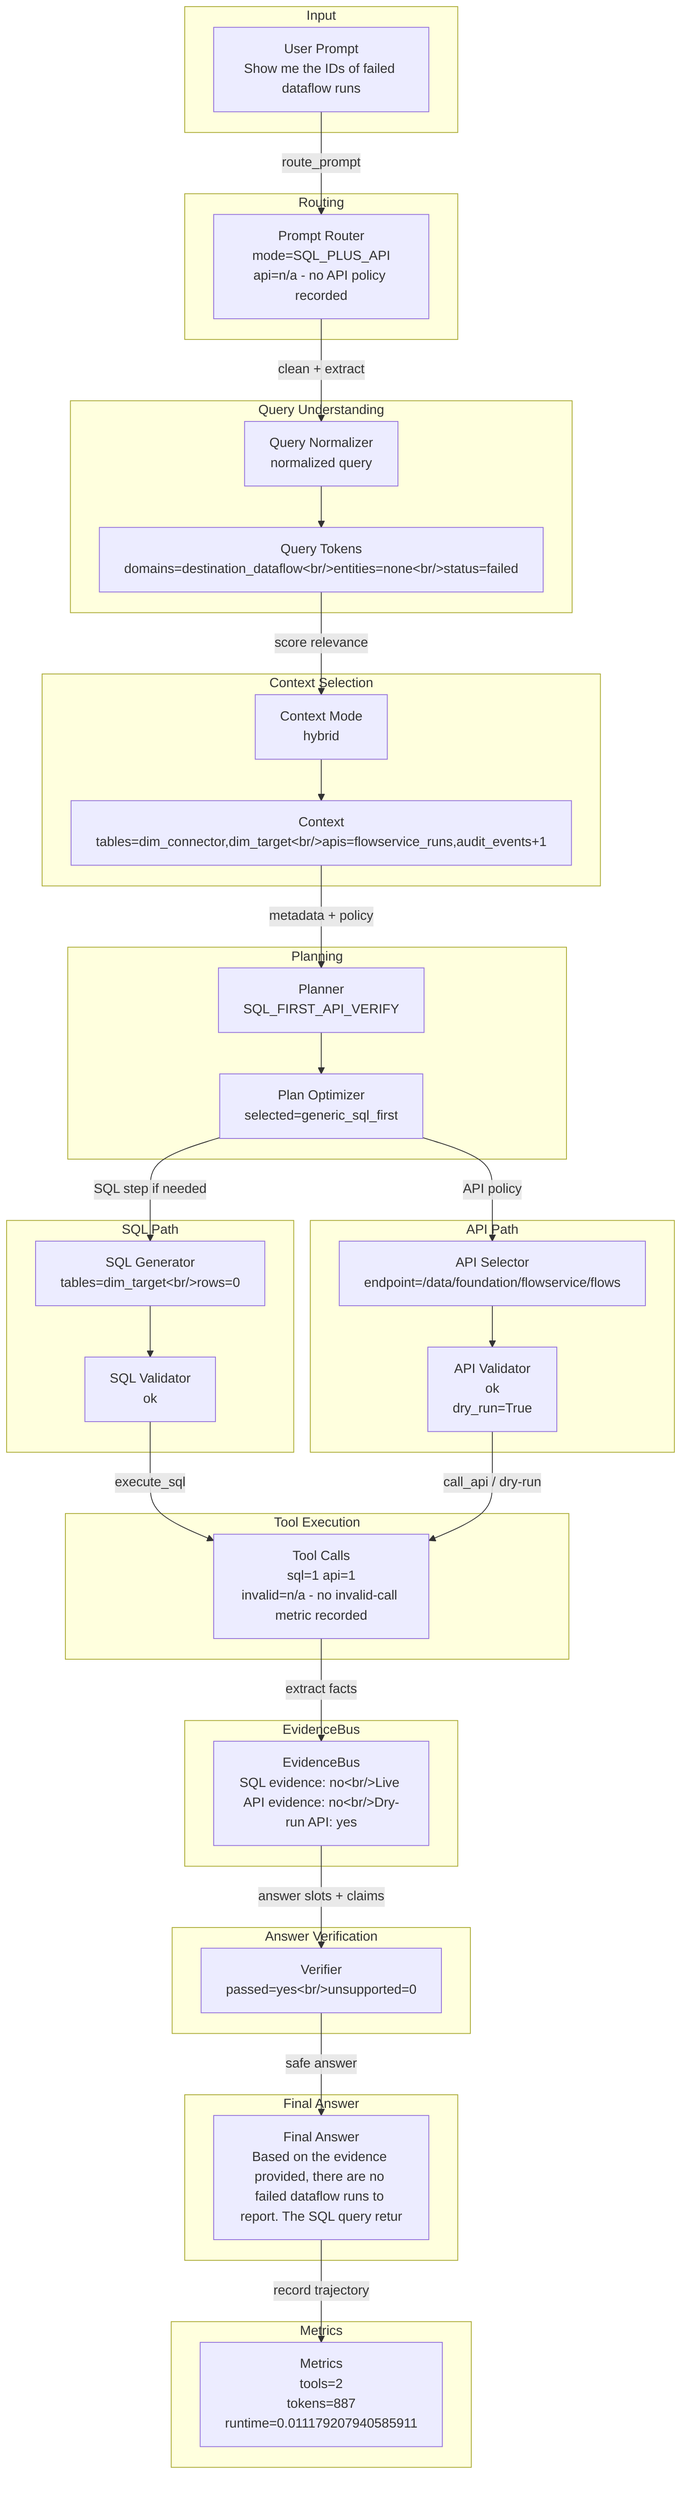
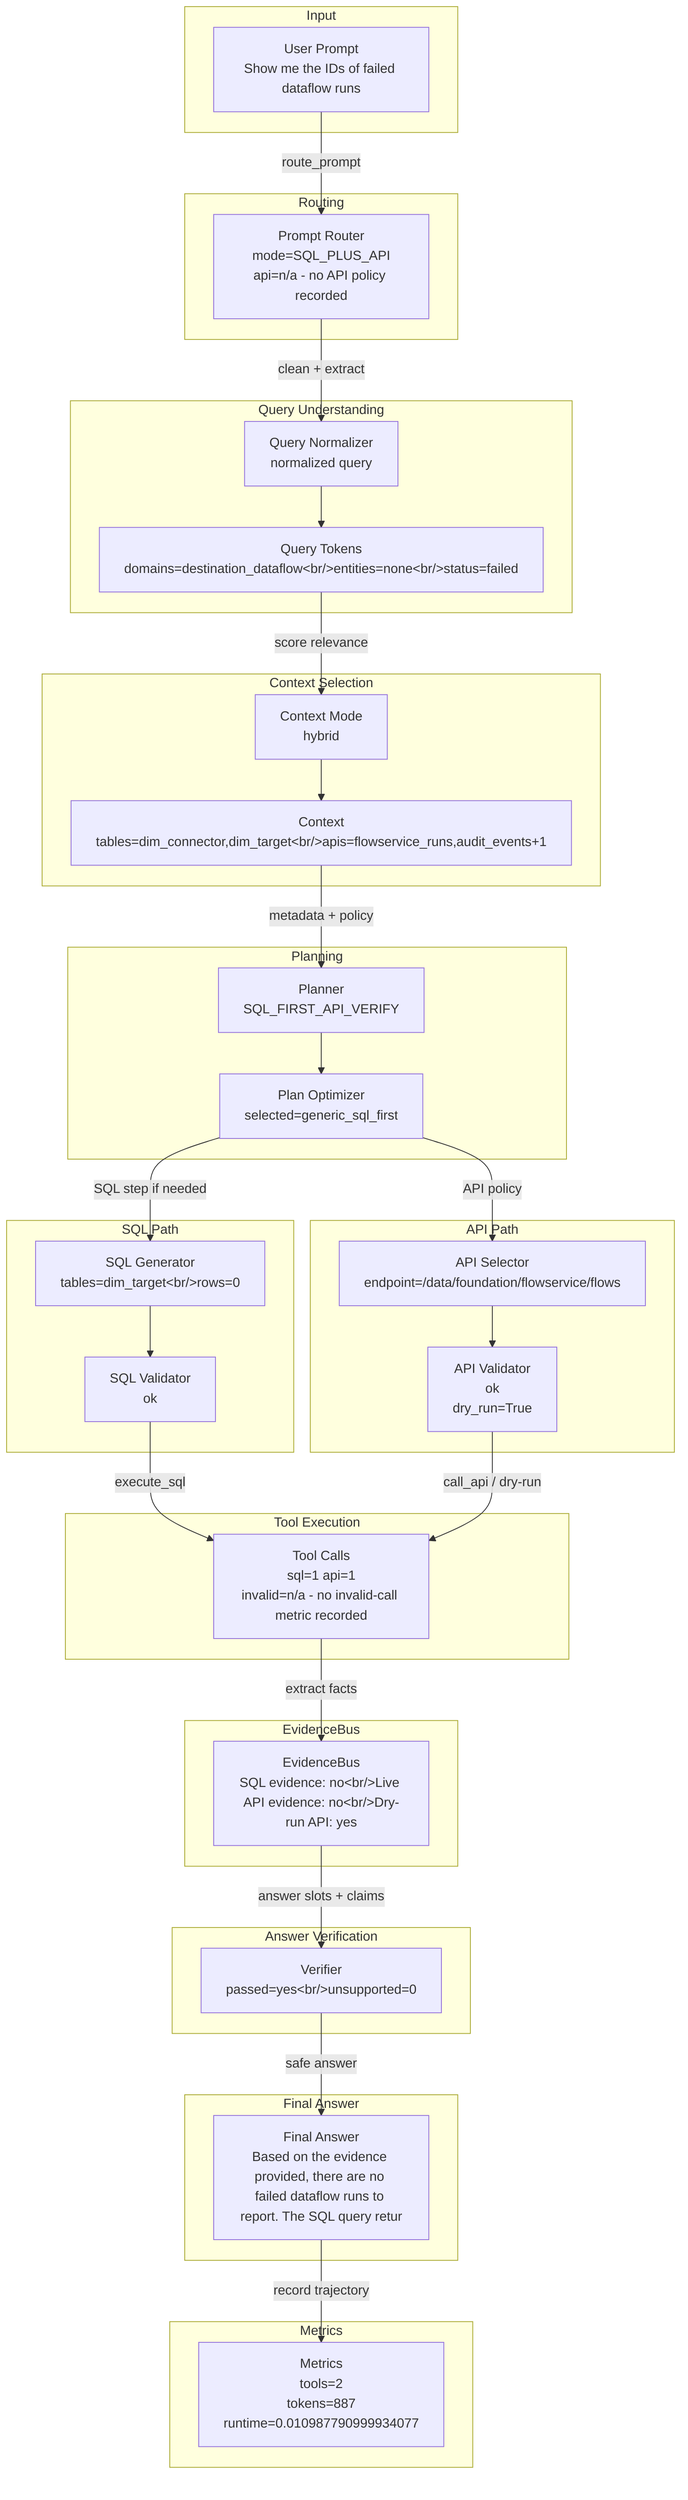
flowchart TD
  subgraph Input
    input_prompt["User Prompt<br/>Show me the IDs of failed dataflow runs"]
  end
  subgraph Routing
    router["Prompt Router<br/>mode=SQL_PLUS_API<br/>api=n/a - no API policy recorded"]
    input_prompt -->|route_prompt| router
  end
  subgraph QueryUnderstanding["Query Understanding"]
    normalizer["Query Normalizer<br/>normalized query"]
    tokens["Query Tokens<br/>domains=destination_dataflow&lt;br/&gt;entities=none&lt;br/&gt;status=failed"]
    router -->|clean + extract| normalizer --> tokens
  end
  subgraph ContextSelection["Context Selection"]
    context["Context Mode<br/>hybrid"]
    candidates["Context<br/>tables=dim_connector,dim_target&lt;br/&gt;apis=flowservice_runs,audit_events+1"]
    tokens -->|score relevance| context --> candidates
  end
  subgraph Planning
    planner["Planner<br/>SQL_FIRST_API_VERIFY"]
    optimizer["Plan Optimizer<br/>selected=generic_sql_first"]
    candidates -->|metadata + policy| planner --> optimizer
  end
  subgraph SQLPath["SQL Path"]
    sqlgen["SQL Generator<br/>tables=dim_target&lt;br/&gt;rows=0"]
    sqlval["SQL Validator<br/>ok"]
    optimizer -->|SQL step if needed| sqlgen --> sqlval
  end
  subgraph APIPath["API Path"]
    apisel["API Selector<br/>endpoint=/data/foundation/flowservice/flows"]
    apival["API Validator<br/>ok<br/>dry_run=True"]
    optimizer -->|API policy| apisel --> apival
  end
  subgraph ToolExecution["Tool Execution"]
    tools["Tool Calls<br/>sql=1 api=1<br/>invalid=n/a - no invalid-call metric recorded"]
    sqlval -->|execute_sql| tools
    apival -->|call_api / dry-run| tools
  end
  subgraph EvidenceBus
    evidence["EvidenceBus<br/>SQL evidence: no&lt;br/&gt;Live API evidence: no&lt;br/&gt;Dry-run API: yes"]
    tools -->|extract facts| evidence
  end
  subgraph AnswerVerification["Answer Verification"]
    verifier["Verifier<br/>passed=yes&lt;br/&gt;unsupported=0"]
    evidence -->|answer slots + claims| verifier
  end
  subgraph FinalAnswer["Final Answer"]
    answer["Final Answer<br/>Based on the evidence provided, there are no failed dataflow runs to report. The SQL query retur"]
    verifier -->|safe answer| answer
  end
  subgraph Metrics
-     metrics["Metrics<br/>tools=2<br/>tokens=887<br/>runtime=0.011179207940585911"]
+     metrics["Metrics<br/>tools=2<br/>tokens=887<br/>runtime=0.010987790999934077"]
    answer -->|record trajectory| metrics
  end
